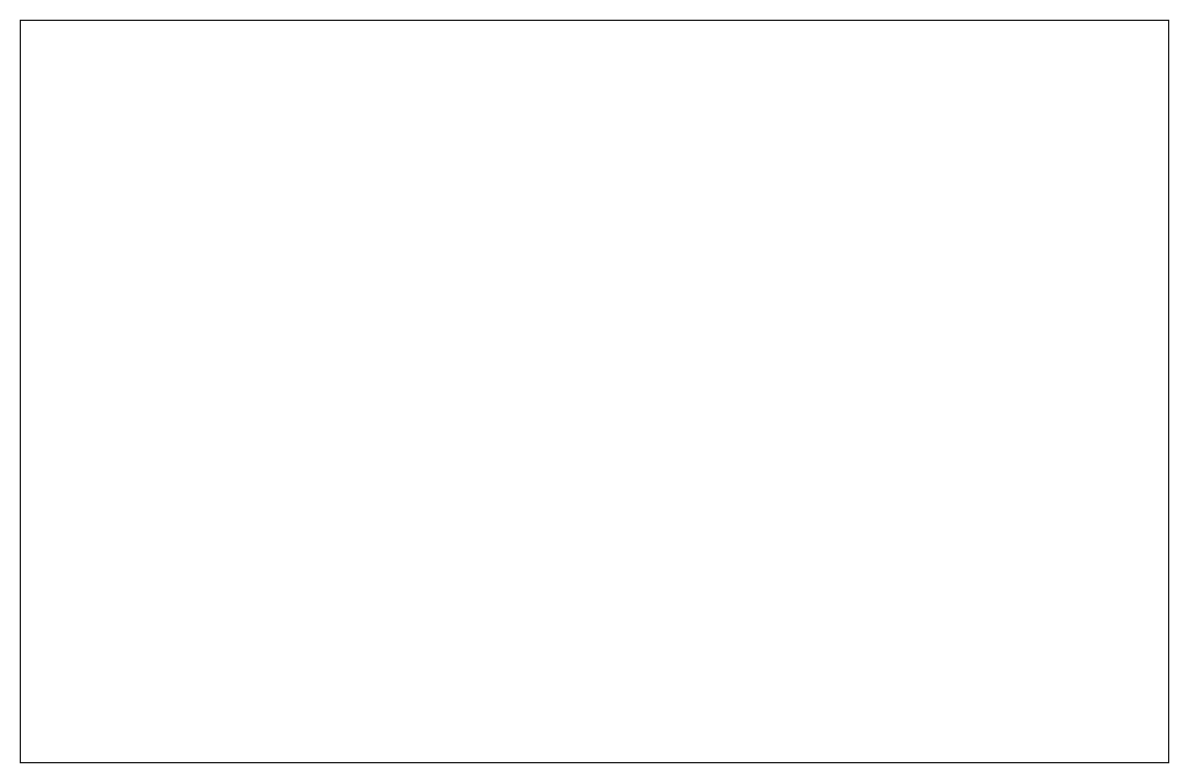
Earlier version of the draw.io diagram 汽车公司业务流程图.drawio (ammengke/my-drawio). Source tidied: cells renumbered, new cells numbered last; positions are measured from the earlier drawing's top-left corner, leaving out a move shared by most shapes. Both pictures are drawn from the tidied source at 116%, with x=0, y=0 at pixel (20, 20).
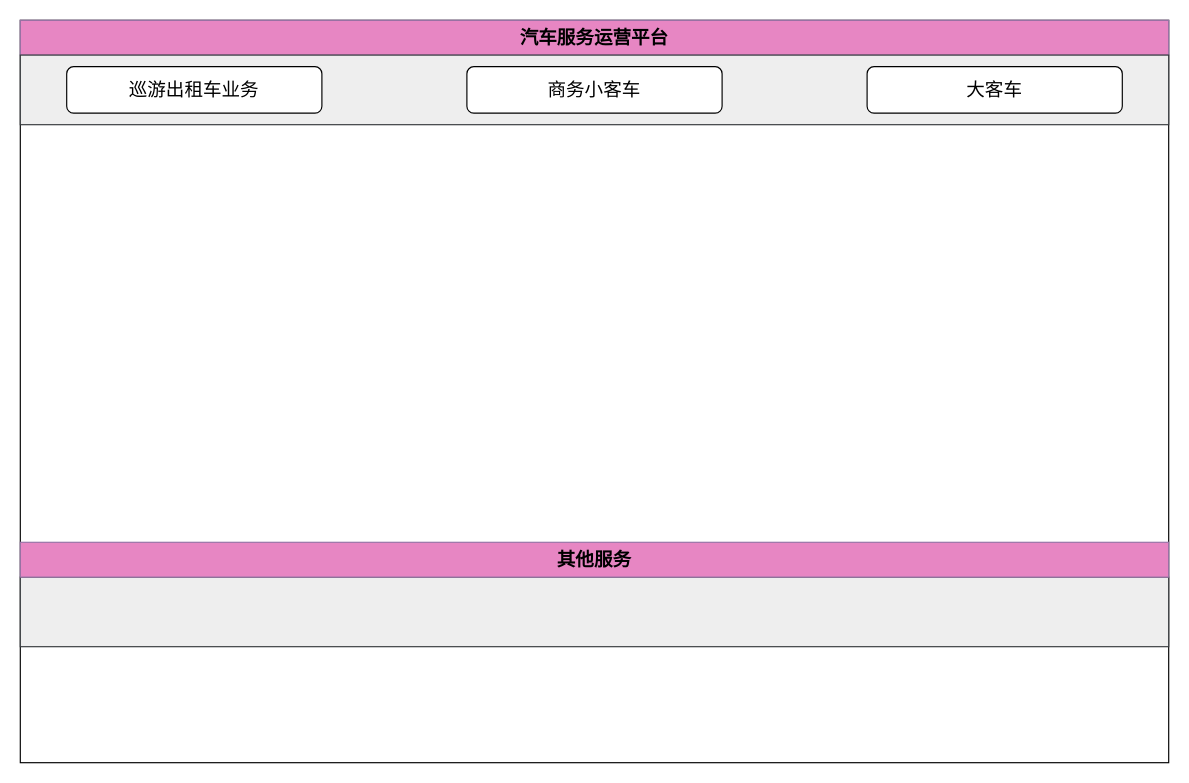
The same diagram, later.

Commit message (it also covers changes not shown here):
更新汽车公司业务流程图.drawio

The edit, as a diff of the source:
```diff
@@
 <mxGraphModel>
   <root>
     <mxCell id="0" />
     <mxCell id="1" parent="0" />
     <mxCell id="2" style="rounded=0;whiteSpace=wrap;html=1;" parent="1" vertex="1">
       <mxGeometry width="990" height="640" as="geometry" />
     </mxCell>
+    <mxCell id="3" value="汽车服务运营平台" style="rounded=0;whiteSpace=wrap;html=1;fillColor=#E786C3;strokeColor=#9673a6;fontStyle=1;fontSize=16;" parent="1" vertex="1">
+      <mxGeometry width="990" height="30" as="geometry" />
+    </mxCell>
+    <mxCell id="4" style="rounded=0;whiteSpace=wrap;html=1;fontSize=16;fillColor=#eeeeee;strokeColor=#36393d;" parent="1" vertex="1">
+      <mxGeometry y="30" width="990" height="60" as="geometry" />
+    </mxCell>
+    <mxCell id="5" value="巡游出租车业务" style="rounded=1;whiteSpace=wrap;html=1;fontSize=16;" parent="1" vertex="1">
+      <mxGeometry x="40" y="40" width="220" height="40" as="geometry" />
+    </mxCell>
+    <mxCell id="6" value="商务小客车" style="rounded=1;whiteSpace=wrap;html=1;fontSize=16;" parent="1" vertex="1">
+      <mxGeometry x="385" y="40" width="220" height="40" as="geometry" />
+    </mxCell>
+    <mxCell id="7" value="大客车" style="rounded=1;whiteSpace=wrap;html=1;fontSize=16;" parent="1" vertex="1">
+      <mxGeometry x="730" y="40" width="220" height="40" as="geometry" />
+    </mxCell>
+    <mxCell id="8" style="rounded=0;whiteSpace=wrap;html=1;fontSize=16;fillColor=#eeeeee;strokeColor=#36393d;" parent="1" vertex="1">
+      <mxGeometry y="480" width="990" height="60" as="geometry" />
+    </mxCell>
+    <mxCell id="9" value="其他服务" style="rounded=0;whiteSpace=wrap;html=1;fillColor=#E786C3;strokeColor=#9673a6;fontStyle=1;fontSize=16;" parent="1" vertex="1">
+      <mxGeometry y="450" width="990" height="30" as="geometry" />
+    </mxCell>
   </root>
 </mxGraphModel>
```
